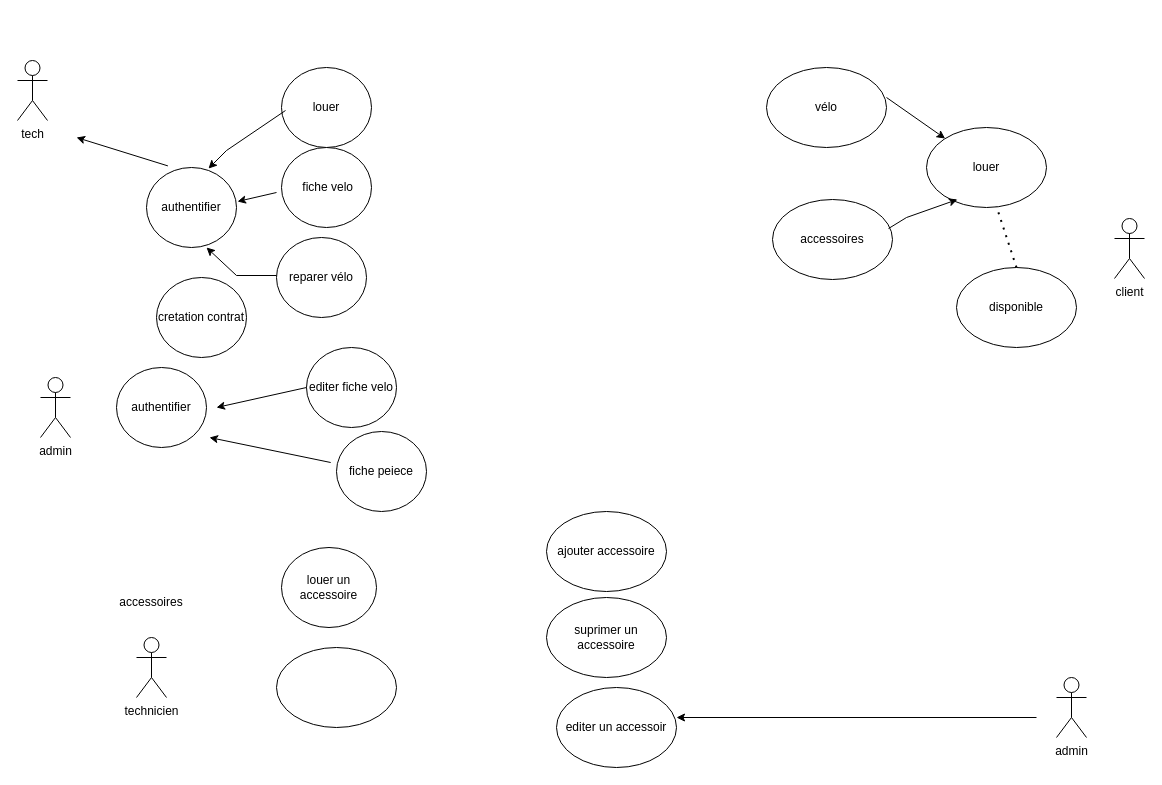
Above: velo-afpabike.drawio in djn-web/djn-web (draw.io), before the change. Source tidied: cells renumbered, new cells numbered last; positions are measured from the earlier drawing's top-left corner, leaving out a move shared by most shapes. Both pictures are drawn from the tidied source at 100%, with x=0, y=0 at pixel (17, 60).
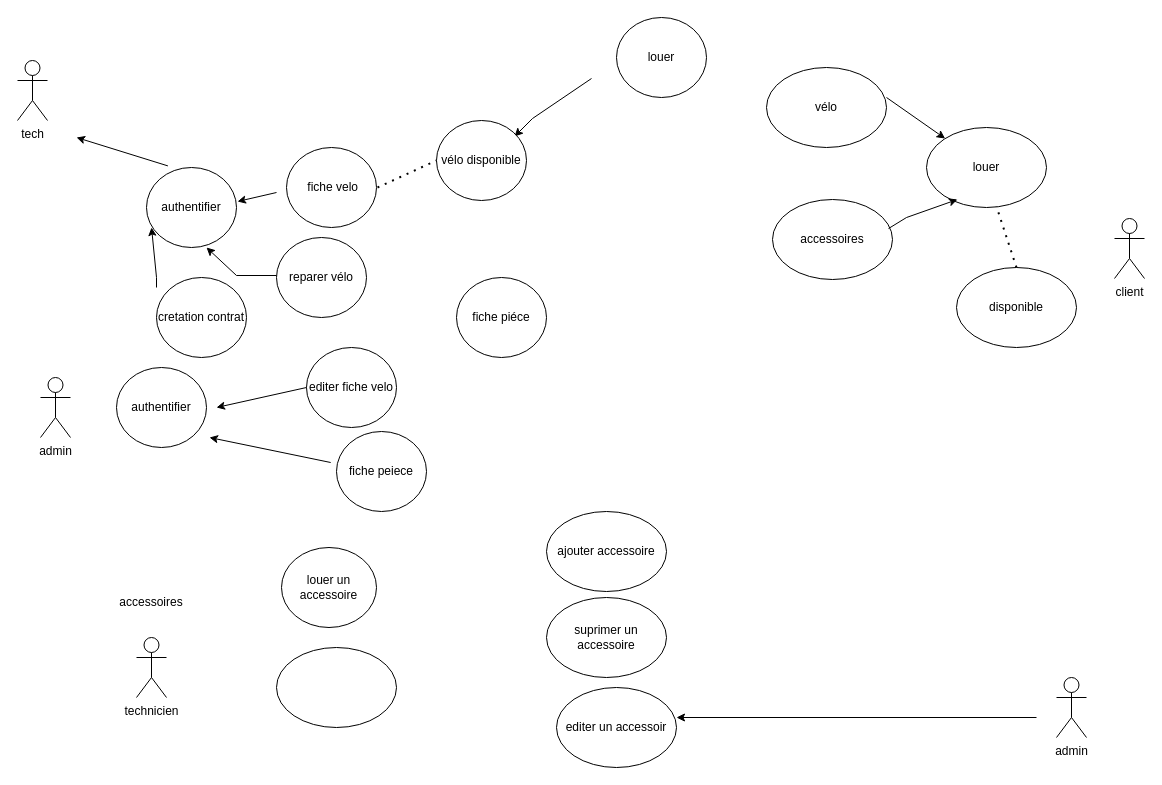
The same diagram, later.

Commit message (it also covers changes not shown here):
Mettre à jour velo-afpabike.drawio

Unchanged cells that the change refers to:
```xml
<mxCell id="23" value="authentifier" style="ellipse;whiteSpace=wrap;html=1;" parent="1" vertex="1">
  <mxGeometry x="129" y="107" width="90" height="80" as="geometry" />
</mxCell>
```

The edit, as a diff of the source:
```diff
@@
     <mxCell id="12" value="&amp;nbsp;fiche velo" style="ellipse;whiteSpace=wrap;html=1;" parent="1" vertex="1">
-      <mxGeometry x="264" y="87" width="90" height="80" as="geometry" />
+      <mxGeometry x="269" y="87" width="90" height="80" as="geometry" />
     </mxCell>
@@
     <mxCell id="21" value="louer" style="ellipse;whiteSpace=wrap;html=1;" parent="1" vertex="1">
-      <mxGeometry x="264" y="7" width="90" height="80" as="geometry" />
+      <mxGeometry x="599" y="-43" width="90" height="80" as="geometry" />
     </mxCell>
@@
-    <mxCell id="24" style="endArrow=classic;html=1;rounded=0;entryX=0.689;entryY=0.013;entryDx=0;entryDy=0;entryPerimeter=0;exitX=0.044;exitY=0.75;exitDx=0;exitDy=0;exitPerimeter=0;" parent="1" edge="1" target="23">
+    <mxCell id="24" style="endArrow=classic;html=1;rounded=0;entryX=0.689;entryY=0.013;entryDx=0;entryDy=0;entryPerimeter=0;exitX=0.044;exitY=0.75;exitDx=0;exitDy=0;exitPerimeter=0;" parent="1" edge="1">
       <mxGeometry relative="1" as="geometry">
-        <mxPoint x="268" y="50" as="sourcePoint" />
+        <mxPoint x="574" y="18" as="sourcePoint" />
+        <mxPoint x="497" y="76" as="targetPoint" />
         <Array as="points">
-          <mxPoint x="209" y="90" />
+          <mxPoint x="515" y="58" />
         </Array>
       </mxGeometry>
     </mxCell>
@@
+    <mxCell id="35" style="endArrow=classic;html=1;rounded=0;exitX=0;exitY=0.5;exitDx=0;exitDy=0;entryX=0.056;entryY=0.75;entryDx=0;entryDy=0;entryPerimeter=0;" parent="1" edge="1" target="23">
+      <mxGeometry relative="1" as="geometry">
+        <mxPoint x="139" y="227" as="sourcePoint" />
+        <Array as="points">
+          <mxPoint x="139" y="217" />
+        </Array>
+      </mxGeometry>
+    </mxCell>
+    <mxCell id="36" value="vélo disponible" style="ellipse;whiteSpace=wrap;html=1;" parent="1" vertex="1">
+      <mxGeometry x="419" y="60" width="90" height="80" as="geometry" />
+    </mxCell>
+    <mxCell id="37" style="endArrow=none;dashed=1;html=1;dashPattern=1 3;strokeWidth=2;rounded=0;entryX=0;entryY=0.5;entryDx=0;entryDy=0;" parent="1" edge="1" target="36">
+      <mxGeometry relative="1" as="geometry">
+        <mxPoint x="360" y="127" as="sourcePoint" />
+      </mxGeometry>
+    </mxCell>
+    <mxCell id="38" value="fiche piéce " style="ellipse;whiteSpace=wrap;html=1;" parent="1" vertex="1">
+      <mxGeometry x="439" y="217" width="90" height="80" as="geometry" />
+    </mxCell>
```
